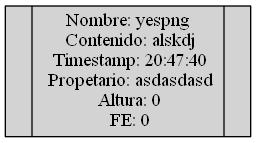
The Graphviz diagram [EDD]PY2_201701133/ArbolAVL.png in SelvinLP/EDD_2S2019_PY2_201701133, before a commit. Its source is kept beside it as [EDD]PY2_201701133/ArbolAVL.dot.
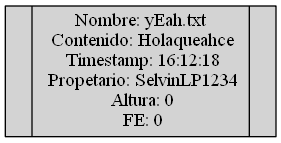
Later version of the same file.

Change to the diagram source:
```diff
@@ -1,6 +1,6 @@
 digraph ARBOL {
 rankdir=TB
 node[shape=record,style=filled]
-"yespng"[label ="<C0>|<C1>Nombre: yespng\n Contenido:  alskdj\n Timestamp:  20:47:40\n Propetario:  asdasdasd\n Altura:  0\n FE:  0|<C2>"];
+"yEah.txt"[label ="<C0>|<C1>Nombre: yEah.txt\n Contenido:  Holaqueahce\n Timestamp:  16:12:18\n Propetario:  SelvinLP1234\n Altura:  0\n FE:  0|<C2>"];
 
 }
```
